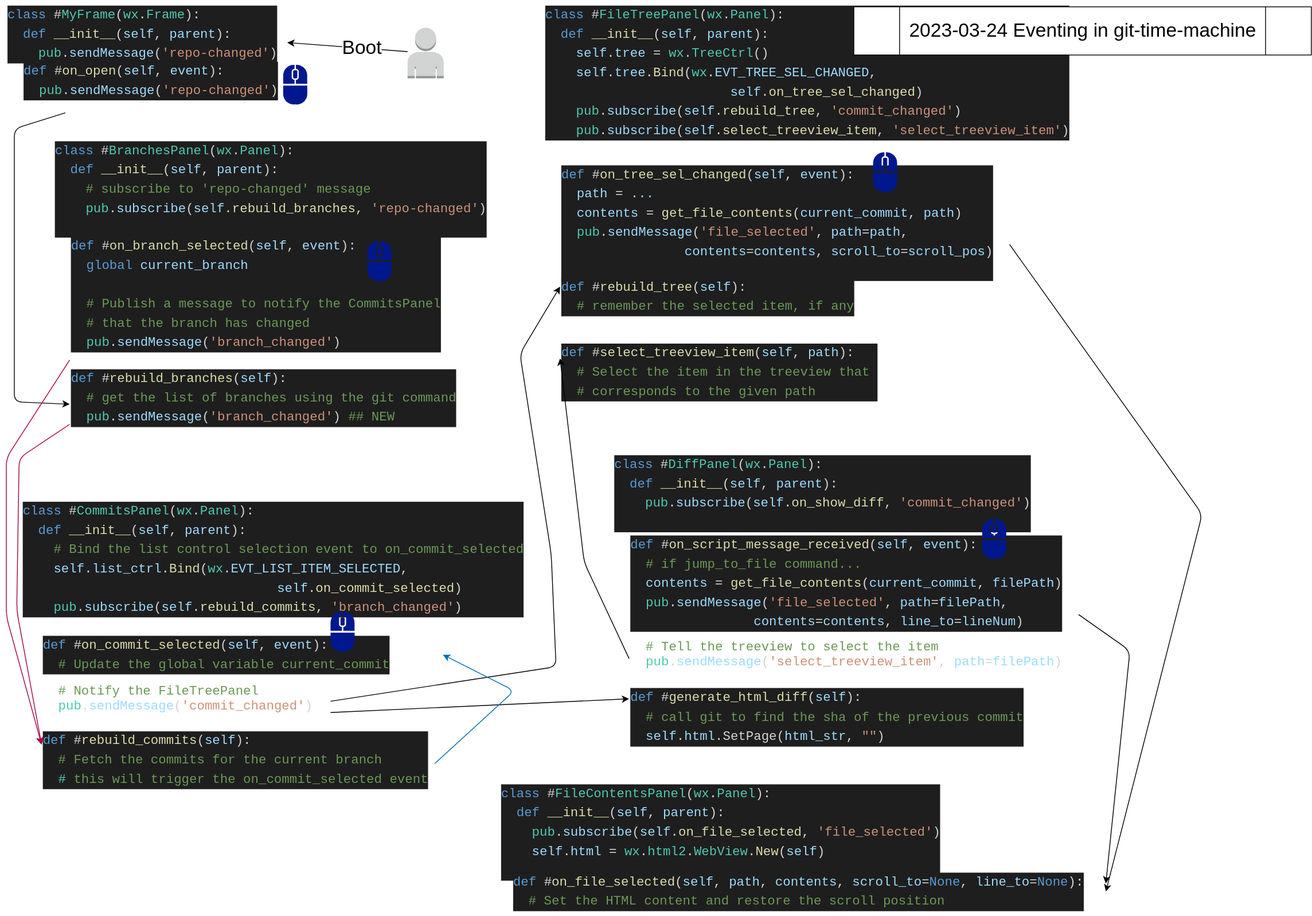
abulka/git-time-machine keeps this draw.io diagram as doco/uml/events.svg. Above is the earlier version. Source tidied: cells renumbered, new cells last; positions are measured from the earlier drawing's top-left corner, leaving out a move shared by most shapes.
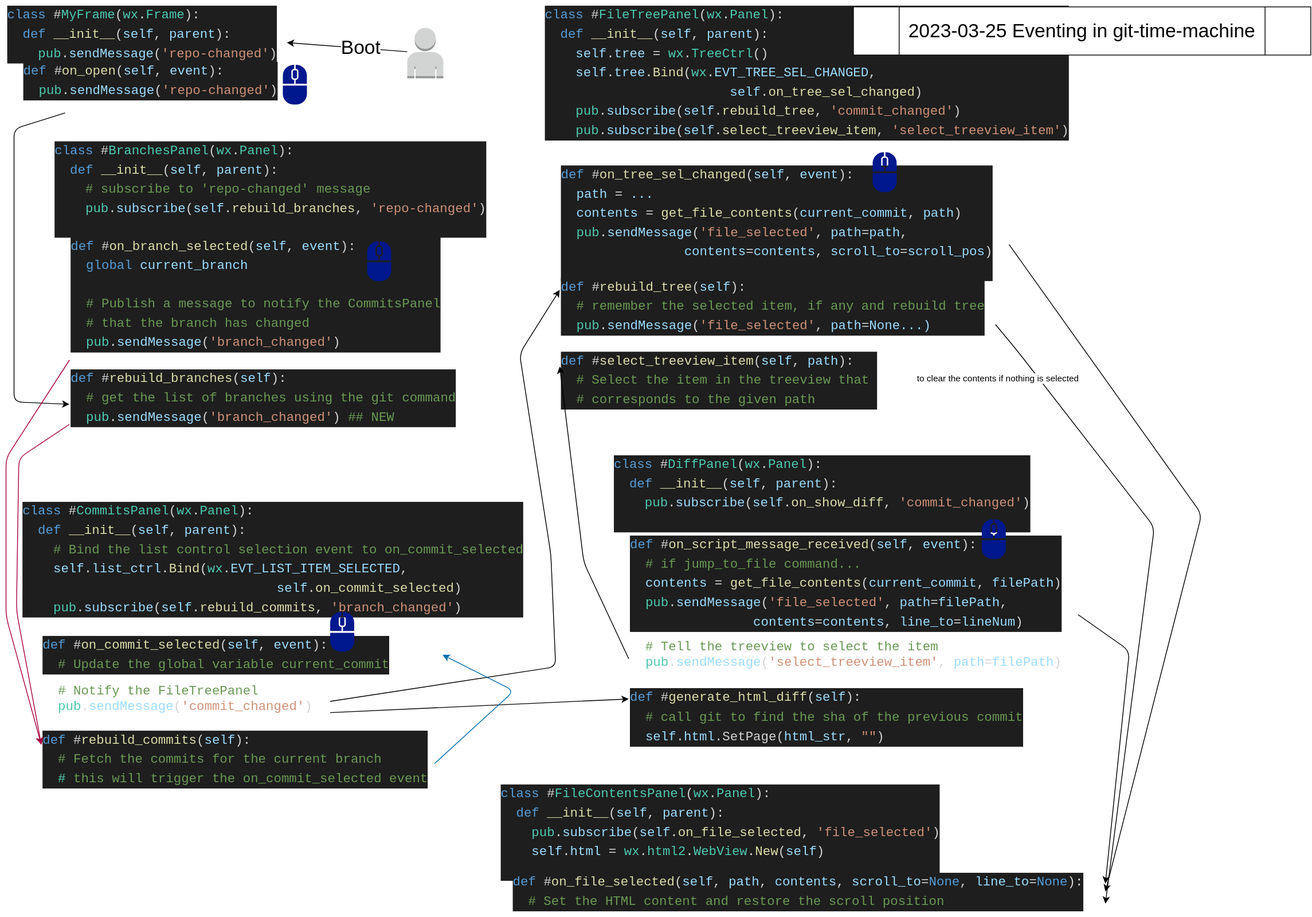
Later version of the same file.

Commit message:
updated doco and UML

Change to the diagram source:
```diff
@@ -45,8 +45,8 @@
     <mxCell id="12" style="group;" parent="1" vertex="1">
       <mxGeometry x="670" y="10" width="680" height="550" as="geometry" />
     </mxCell>
-    <mxCell id="13" value="&lt;div style=&quot;color: rgb(212, 212, 212); background-color: rgb(30, 30, 30); font-family: Menlo, Monaco, &amp;quot;Courier New&amp;quot;, monospace; font-weight: normal; font-size: 16px; line-height: 24px;&quot;&gt;&lt;div&gt;&lt;span style=&quot;color: #569cd6;&quot;&gt;def&lt;/span&gt;&lt;span style=&quot;color: #d4d4d4;&quot;&gt;&amp;nbsp;#&lt;/span&gt;&lt;span style=&quot;color: #dcdcaa;&quot;&gt;rebuild_tree&lt;/span&gt;&lt;span style=&quot;color: #d4d4d4;&quot;&gt;(&lt;/span&gt;&lt;span style=&quot;color: #9cdcfe;&quot;&gt;self&lt;/span&gt;&lt;span style=&quot;color: #d4d4d4;&quot;&gt;):&lt;/span&gt;&lt;/div&gt;&lt;div&gt;&lt;span style=&quot;color: #d4d4d4;&quot;&gt;&lt;/span&gt;&lt;span style=&quot;color: #6a9955;&quot;&gt;&amp;nbsp; # remember the selected item, if any&lt;/span&gt;&lt;/div&gt;&lt;/div&gt;" style="text;whiteSpace=wrap;html=1;" parent="12" vertex="1">
-      <mxGeometry x="20" y="329" width="380" height="70" as="geometry" />
+    <mxCell id="13" value="&lt;div style=&quot;background-color: rgb(30, 30, 30); font-family: Menlo, Monaco, &amp;quot;Courier New&amp;quot;, monospace; font-weight: normal; font-size: 16px; line-height: 24px;&quot;&gt;&lt;div style=&quot;color: rgb(212, 212, 212);&quot;&gt;&lt;span style=&quot;color: #569cd6;&quot;&gt;def&lt;/span&gt;&lt;span style=&quot;color: #d4d4d4;&quot;&gt;&amp;nbsp;#&lt;/span&gt;&lt;span style=&quot;color: #dcdcaa;&quot;&gt;rebuild_tree&lt;/span&gt;&lt;span style=&quot;color: #d4d4d4;&quot;&gt;(&lt;/span&gt;&lt;span style=&quot;color: #9cdcfe;&quot;&gt;self&lt;/span&gt;&lt;span style=&quot;color: #d4d4d4;&quot;&gt;):&lt;/span&gt;&lt;/div&gt;&lt;div style=&quot;color: rgb(212, 212, 212);&quot;&gt;&lt;span style=&quot;color: #d4d4d4;&quot;&gt;&lt;/span&gt;&lt;span style=&quot;color: #6a9955;&quot;&gt;&amp;nbsp; # remember the selected item, if any and rebuild tree&lt;/span&gt;&lt;/div&gt;&lt;div style=&quot;&quot;&gt;&lt;span style=&quot;color: rgb(78, 201, 176);&quot;&gt;&amp;nbsp; pub&lt;/span&gt;&lt;font style=&quot;color: rgb(212, 212, 212);&quot; color=&quot;#d4d4d4&quot;&gt;.&lt;/font&gt;&lt;span style=&quot;color: rgb(156, 220, 254);&quot;&gt;sendMessage&lt;/span&gt;&lt;font style=&quot;color: rgb(212, 212, 212);&quot; color=&quot;#d4d4d4&quot;&gt;(&lt;/font&gt;&lt;span style=&quot;color: rgb(206, 145, 120);&quot;&gt;'file_selected'&lt;/span&gt;&lt;font style=&quot;color: rgb(212, 212, 212);&quot; color=&quot;#d4d4d4&quot;&gt;,&amp;nbsp;&lt;/font&gt;&lt;span style=&quot;color: rgb(156, 220, 254);&quot;&gt;path&lt;/span&gt;&lt;font style=&quot;color: rgb(212, 212, 212);&quot; color=&quot;#d4d4d4&quot;&gt;=&lt;/font&gt;&lt;font color=&quot;#9cdcfe&quot; style=&quot;&quot;&gt;None...)&lt;/font&gt;&lt;span style=&quot;color: rgb(106, 153, 85);&quot;&gt;&lt;br&gt;&lt;/span&gt;&lt;/div&gt;&lt;/div&gt;" style="text;whiteSpace=wrap;html=1;" parent="12" vertex="1">
+      <mxGeometry x="20" y="329" width="543" height="86" as="geometry" />
     </mxCell>
     <mxCell id="14" value="&lt;div style=&quot;background-color: rgb(30, 30, 30); font-family: Menlo, Monaco, &amp;quot;Courier New&amp;quot;, monospace; font-weight: normal; font-size: 16px; line-height: 24px;&quot;&gt;&lt;div style=&quot;color: rgb(212, 212, 212);&quot;&gt;&lt;span style=&quot;color: #569cd6;&quot;&gt;class&lt;/span&gt;&lt;span style=&quot;color: #d4d4d4;&quot;&gt;&amp;nbsp;#&lt;/span&gt;&lt;span style=&quot;color: #4ec9b0;&quot;&gt;FileTreePanel&lt;/span&gt;&lt;span style=&quot;color: #d4d4d4;&quot;&gt;(&lt;/span&gt;&lt;span style=&quot;color: #4ec9b0;&quot;&gt;wx&lt;/span&gt;&lt;span style=&quot;color: #d4d4d4;&quot;&gt;.&lt;/span&gt;&lt;span style=&quot;color: #4ec9b0;&quot;&gt;Panel&lt;/span&gt;&lt;span style=&quot;color: #d4d4d4;&quot;&gt;):&lt;/span&gt;&lt;/div&gt;&lt;div style=&quot;color: rgb(212, 212, 212);&quot;&gt;&lt;span style=&quot;color: #d4d4d4;&quot;&gt;&lt;/span&gt;&lt;span style=&quot;color: #569cd6;&quot;&gt;&amp;nbsp; def&lt;/span&gt;&lt;span style=&quot;color: #d4d4d4;&quot;&gt;&amp;nbsp;&lt;/span&gt;&lt;span style=&quot;color: #dcdcaa;&quot;&gt;__init__&lt;/span&gt;&lt;span style=&quot;color: #d4d4d4;&quot;&gt;(&lt;/span&gt;&lt;span style=&quot;color: #9cdcfe;&quot;&gt;self&lt;/span&gt;&lt;span style=&quot;color: #d4d4d4;&quot;&gt;, &lt;/span&gt;&lt;span style=&quot;color: #9cdcfe;&quot;&gt;parent&lt;/span&gt;&lt;span style=&quot;color: #d4d4d4;&quot;&gt;):&lt;/span&gt;&lt;/div&gt;&lt;div style=&quot;&quot;&gt;&lt;font color=&quot;#6a9955&quot;&gt;&amp;nbsp; &amp;nbsp;&amp;nbsp;&lt;/font&gt;&lt;span style=&quot;color: rgb(156, 220, 254);&quot;&gt;self&lt;/span&gt;&lt;font color=&quot;#d4d4d4&quot;&gt;.&lt;/font&gt;&lt;span style=&quot;color: rgb(156, 220, 254);&quot;&gt;tree&lt;/span&gt;&lt;font color=&quot;#d4d4d4&quot;&gt; = &lt;/font&gt;&lt;span style=&quot;color: rgb(78, 201, 176);&quot;&gt;wx&lt;/span&gt;&lt;font color=&quot;#d4d4d4&quot;&gt;.&lt;/font&gt;&lt;span style=&quot;color: rgb(78, 201, 176);&quot;&gt;TreeCtrl&lt;/span&gt;&lt;font color=&quot;#d4d4d4&quot;&gt;(&lt;/font&gt;&lt;font color=&quot;#d4d4d4&quot;&gt;)&lt;/font&gt;&lt;br&gt;&lt;/div&gt;&lt;div style=&quot;color: rgb(212, 212, 212);&quot;&gt;&lt;span style=&quot;color: rgb(156, 220, 254);&quot;&gt;&amp;nbsp; &amp;nbsp; self&lt;/span&gt;.&lt;span style=&quot;color: rgb(156, 220, 254);&quot;&gt;tree&lt;/span&gt;.&lt;span style=&quot;color: rgb(220, 220, 170);&quot;&gt;Bind&lt;/span&gt;(&lt;span style=&quot;color: rgb(78, 201, 176);&quot;&gt;wx&lt;/span&gt;.&lt;span style=&quot;color: rgb(156, 220, 254);&quot;&gt;EVT_TREE_SEL_CHANGED&lt;/span&gt;,&amp;nbsp;&lt;/div&gt;&lt;div style=&quot;color: rgb(212, 212, 212);&quot;&gt;&lt;span style=&quot;color: rgb(156, 220, 254);&quot;&gt;&lt;span style=&quot;white-space: pre;&quot;&gt;&#9;&lt;/span&gt;&lt;span style=&quot;white-space: pre;&quot;&gt;&#9;&lt;/span&gt;&lt;span style=&quot;white-space: pre;&quot;&gt;&#9;&lt;/span&gt;self&lt;/span&gt;.&lt;span style=&quot;color: rgb(220, 220, 170);&quot;&gt;on_tree_sel_changed&lt;/span&gt;)&lt;br&gt;&lt;/div&gt;&lt;div style=&quot;color: rgb(212, 212, 212);&quot;&gt;&lt;span style=&quot;color: #d4d4d4;&quot;&gt;       &lt;/span&gt;&lt;/div&gt;&lt;div style=&quot;color: rgb(212, 212, 212);&quot;&gt;&lt;span style=&quot;color: #d4d4d4;&quot;&gt;&lt;/span&gt;&lt;span style=&quot;color: #4ec9b0;&quot;&gt;&amp;nbsp; &amp;nbsp; pub&lt;/span&gt;&lt;span style=&quot;color: #d4d4d4;&quot;&gt;.&lt;/span&gt;&lt;span style=&quot;color: #9cdcfe;&quot;&gt;subscribe&lt;/span&gt;&lt;span style=&quot;color: #d4d4d4;&quot;&gt;(&lt;/span&gt;&lt;span style=&quot;color: #9cdcfe;&quot;&gt;self&lt;/span&gt;&lt;span style=&quot;color: #d4d4d4;&quot;&gt;.&lt;/span&gt;&lt;span style=&quot;color: #dcdcaa;&quot;&gt;rebuild_tree&lt;/span&gt;&lt;span style=&quot;color: #d4d4d4;&quot;&gt;, &lt;/span&gt;&lt;span style=&quot;color: #ce9178;&quot;&gt;'commit_changed'&lt;/span&gt;&lt;span style=&quot;color: #d4d4d4;&quot;&gt;)&lt;/span&gt;&lt;/div&gt;&lt;div style=&quot;color: rgb(212, 212, 212);&quot;&gt;&lt;span style=&quot;color: #d4d4d4;&quot;&gt;&lt;/span&gt;&lt;span style=&quot;color: #4ec9b0;&quot;&gt;&amp;nbsp; &amp;nbsp; pub&lt;/span&gt;&lt;span style=&quot;color: #d4d4d4;&quot;&gt;.&lt;/span&gt;&lt;span style=&quot;color: #9cdcfe;&quot;&gt;subscribe&lt;/span&gt;&lt;span style=&quot;color: #d4d4d4;&quot;&gt;(&lt;/span&gt;&lt;span style=&quot;color: #9cdcfe;&quot;&gt;self&lt;/span&gt;&lt;span style=&quot;color: #d4d4d4;&quot;&gt;.&lt;/span&gt;&lt;span style=&quot;color: #dcdcaa;&quot;&gt;select_treeview_item&lt;/span&gt;&lt;span style=&quot;color: #d4d4d4;&quot;&gt;, &lt;/span&gt;&lt;span style=&quot;color: #ce9178;&quot;&gt;'select_treeview_item'&lt;/span&gt;&lt;span style=&quot;color: #d4d4d4;&quot;&gt;)&lt;/span&gt;&lt;/div&gt;&lt;/div&gt;" style="text;whiteSpace=wrap;html=1;" parent="12" vertex="1">
       <mxGeometry y="-10" width="680" height="250" as="geometry" />
@@ -55,7 +55,7 @@
       <mxGeometry x="20" y="189" width="560" height="140" as="geometry" />
     </mxCell>
     <mxCell id="16" value="&lt;div style=&quot;color: rgb(212, 212, 212); background-color: rgb(30, 30, 30); font-family: Menlo, Monaco, &amp;quot;Courier New&amp;quot;, monospace; font-weight: normal; font-size: 16px; line-height: 24px;&quot;&gt;&lt;div&gt;&lt;span style=&quot;color: #569cd6;&quot;&gt;def&lt;/span&gt;&lt;span style=&quot;color: #d4d4d4;&quot;&gt;&amp;nbsp;#&lt;/span&gt;&lt;span style=&quot;color: #dcdcaa;&quot;&gt;select_treeview_item&lt;/span&gt;&lt;span style=&quot;color: #d4d4d4;&quot;&gt;(&lt;/span&gt;&lt;span style=&quot;color: #9cdcfe;&quot;&gt;self&lt;/span&gt;&lt;span style=&quot;color: #d4d4d4;&quot;&gt;, &lt;/span&gt;&lt;span style=&quot;color: #9cdcfe;&quot;&gt;path&lt;/span&gt;&lt;span style=&quot;color: #d4d4d4;&quot;&gt;):&lt;/span&gt;&lt;/div&gt;&lt;div&gt;&lt;span style=&quot;color: #d4d4d4;&quot;&gt;&lt;/span&gt;&lt;span style=&quot;color: #6a9955;&quot;&gt;&amp;nbsp; # Select the item in the treeview that&amp;nbsp;&lt;/span&gt;&lt;/div&gt;&lt;div&gt;&lt;span style=&quot;color: #6a9955;&quot;&gt;&amp;nbsp; # corresponds to the given path&lt;/span&gt;&lt;/div&gt;&lt;/div&gt;" style="text;whiteSpace=wrap;html=1;" parent="12" vertex="1">
-      <mxGeometry x="20" y="411" width="410" height="100" as="geometry" />
+      <mxGeometry x="20" y="421" width="410" height="100" as="geometry" />
     </mxCell>
     <mxCell id="17" style="sketch=0;shadow=0;dashed=0;html=1;strokeColor=none;labelPosition=center;verticalLabelPosition=bottom;verticalAlign=top;align=center;fillColor=#00188D;shape=mxgraph.mscae.enterprise.mouse;" parent="12" vertex="1">
       <mxGeometry x="410" y="179" width="30" height="50" as="geometry" />
@@ -160,7 +160,7 @@
         </Array>
       </mxGeometry>
     </mxCell>
-    <mxCell id="42" value="&lt;font style=&quot;font-size: 24px;&quot;&gt;2023-03-24 Eventing in git-time-machine&lt;/font&gt;" style="shape=process;whiteSpace=wrap;html=1;backgroundOutline=1;" parent="1" vertex="1">
+    <mxCell id="42" value="&lt;font style=&quot;font-size: 24px;&quot;&gt;2023-03-25 Eventing in git-time-machine&lt;/font&gt;" style="shape=process;whiteSpace=wrap;html=1;backgroundOutline=1;" parent="1" vertex="1">
       <mxGeometry x="1056" y="8" width="570" height="60" as="geometry" />
     </mxCell>
     <mxCell id="43" style="edgeStyle=none;html=1;entryX=1;entryY=0.75;entryDx=0;entryDy=0;fontSize=24;" parent="1" edge="1" source="45" target="8">
@@ -172,5 +172,18 @@
     <mxCell id="45" style="outlineConnect=0;dashed=0;verticalLabelPosition=bottom;verticalAlign=top;align=center;html=1;shape=mxgraph.aws3.user;fillColor=#D2D3D3;gradientColor=none;fontSize=24;" parent="1" vertex="1">
       <mxGeometry x="500" y="34" width="45" height="63" as="geometry" />
     </mxCell>
+    <mxCell id="46" style="edgeStyle=none;html=1;entryX=1;entryY=0.75;entryDx=0;entryDy=0;exitX=1;exitY=0.75;exitDx=0;exitDy=0;" parent="1" edge="1" source="13" target="21">
+      <mxGeometry relative="1" as="geometry">
+        <Array as="points">
+          <mxPoint x="1260" y="436" />
+          <mxPoint x="1431" y="656" />
+        </Array>
+      </mxGeometry>
+    </mxCell>
+    <mxCell id="47" value="to clear the contents if nothing is selected" style="edgeLabel;html=1;align=center;verticalAlign=middle;" parent="46" vertex="1">
+      <mxGeometry x="-0.49" y="3" relative="1" as="geometry">
+        <mxPoint x="-124" y="-89" as="offset" />
+      </mxGeometry>
+    </mxCell>
   </root>
 </mxGraphModel>
```
